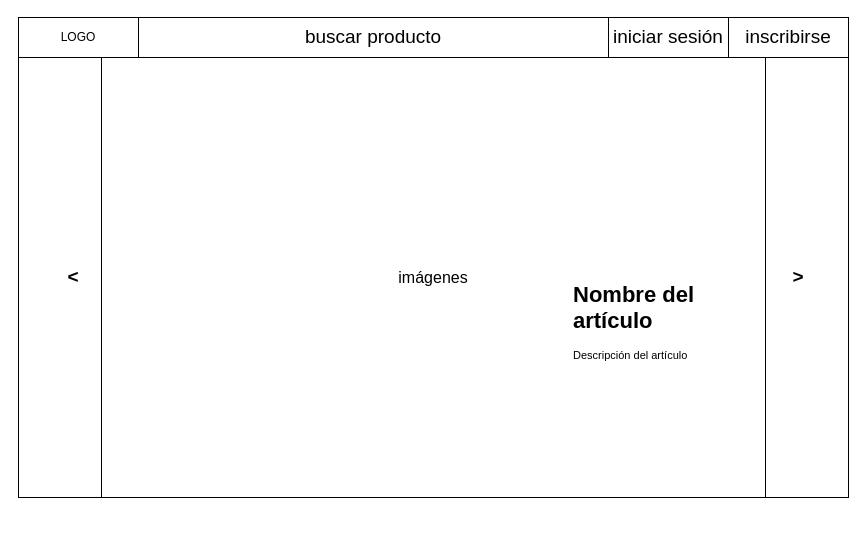
Before: Untitled Diagram.drawio in itutil/grupo8fullstack, a draw.io diagram. Source tidied: cells renumbered, new cells numbered last; positions are measured from the earlier drawing's top-left corner, leaving out a move shared by most shapes. Both pictures are drawn from the tidied source at 100%, with x=0, y=0 at pixel (18, 17).
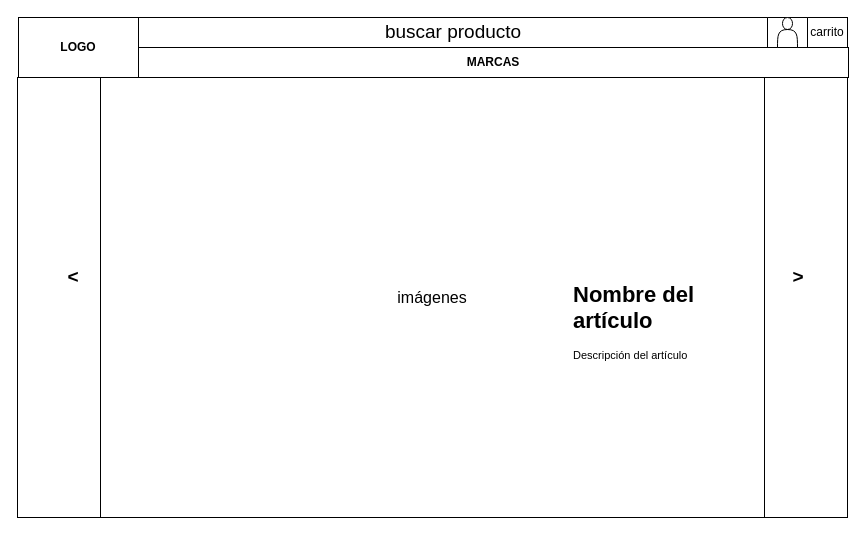
After the change.

The edit, as a diff of the source:
```diff
@@
 <mxGraphModel>
   <root>
     <mxCell id="0" />
     <mxCell id="1" parent="0" />
-    <mxCell id="2" value="LOGO" style="rounded=0;whiteSpace=wrap;html=1;" parent="1" vertex="1">
-      <mxGeometry width="120" height="40" as="geometry" />
+    <mxCell id="2" value="LOGO" style="rounded=0;whiteSpace=wrap;html=1;fontStyle=1;" parent="1" vertex="1">
+      <mxGeometry width="120" height="60" as="geometry" />
     </mxCell>
     <mxCell id="3" value="&lt;font size=&quot;3&quot;&gt;imágenes&lt;/font&gt;" style="shape=process;whiteSpace=wrap;html=1;backgroundOutline=1;gradientDirection=south;fillColor=#FFFFFF;strokeColor=#000000;" parent="1" vertex="1">
-      <mxGeometry y="40" width="830" height="440" as="geometry" />
+      <mxGeometry x="-1" y="60" width="830" height="440" as="geometry" />
     </mxCell>
     <mxCell id="4" value="&amp;lt;" style="text;html=1;strokeColor=none;fillColor=none;align=center;verticalAlign=middle;whiteSpace=wrap;rounded=0;fontSize=19;fontStyle=1;" parent="1" vertex="1">
       <mxGeometry x="30" y="245" width="50" height="30" as="geometry" />
     </mxCell>
     <mxCell id="5" value="&lt;h1&gt;Nombre del artículo&lt;/h1&gt;&lt;p&gt;Descripción del artículo&lt;/p&gt;" style="text;html=1;strokeColor=none;fillColor=none;spacing=5;spacingTop=-20;whiteSpace=wrap;overflow=hidden;rounded=0;fontSize=11;" parent="1" vertex="1">
       <mxGeometry x="550" y="260" width="190" height="210" as="geometry" />
     </mxCell>
     <mxCell id="6" value="&amp;gt;" style="text;html=1;strokeColor=none;fillColor=none;align=center;verticalAlign=middle;whiteSpace=wrap;rounded=0;fontSize=19;fontStyle=1;" parent="1" vertex="1">
       <mxGeometry x="750" y="245" width="60" height="30" as="geometry" />
     </mxCell>
-    <mxCell id="7" value="inscribirse" style="rounded=0;whiteSpace=wrap;html=1;fontSize=19;strokeColor=#000000;fillColor=#FFFFFF;gradientColor=#ffffff;gradientDirection=south;" parent="1" vertex="1">
-      <mxGeometry x="710" width="120" height="40" as="geometry" />
-    </mxCell>
-    <mxCell id="8" value="iniciar sesión" style="rounded=0;whiteSpace=wrap;html=1;fontSize=19;strokeColor=#000000;fillColor=#FFFFFF;gradientColor=#ffffff;gradientDirection=south;" parent="1" vertex="1">
-      <mxGeometry x="590" width="120" height="40" as="geometry" />
+    <mxCell id="8" value="carrito" style="rounded=0;whiteSpace=wrap;html=1;fontSize=12;strokeColor=#000000;fillColor=#FFFFFF;gradientColor=#ffffff;gradientDirection=south;" parent="1" vertex="1">
+      <mxGeometry x="789" width="40" height="30" as="geometry" />
     </mxCell>
     <mxCell id="9" value="buscar producto" style="rounded=0;whiteSpace=wrap;html=1;fontSize=19;strokeColor=#000000;fillColor=#FFFFFF;gradientColor=#ffffff;gradientDirection=south;" parent="1" vertex="1">
-      <mxGeometry x="120" width="470" height="40" as="geometry" />
+      <mxGeometry x="120" width="630" height="30" as="geometry" />
     </mxCell>
+    <mxCell id="10" style="verticalLabelPosition=bottom;verticalAlign=top;html=1;shape=mxgraph.basic.rect;fillColor2=none;strokeWidth=1;size=0;indent=5;fontSize=12;fillColor=#FFFFFF;gradientColor=#ffffff;gradientDirection=south;" parent="1" vertex="1">
+      <mxGeometry x="749" width="40" height="30" as="geometry" />
+    </mxCell>
+    <mxCell id="11" value="MARCAS" style="rounded=0;whiteSpace=wrap;html=1;fontSize=12;strokeColor=#000000;fillColor=#FFFFFF;gradientColor=#ffffff;gradientDirection=south;fontStyle=1;" parent="1" vertex="1">
+      <mxGeometry x="120" y="30" width="710" height="30" as="geometry" />
+    </mxCell>
+    <mxCell id="12" style="shape=actor;whiteSpace=wrap;html=1;fontSize=12;strokeColor=#000000;fillColor=#FFFFFF;gradientColor=#ffffff;gradientDirection=south;" parent="1" vertex="1">
+      <mxGeometry x="759" width="20" height="30" as="geometry" />
+    </mxCell>
   </root>
 </mxGraphModel>
```
